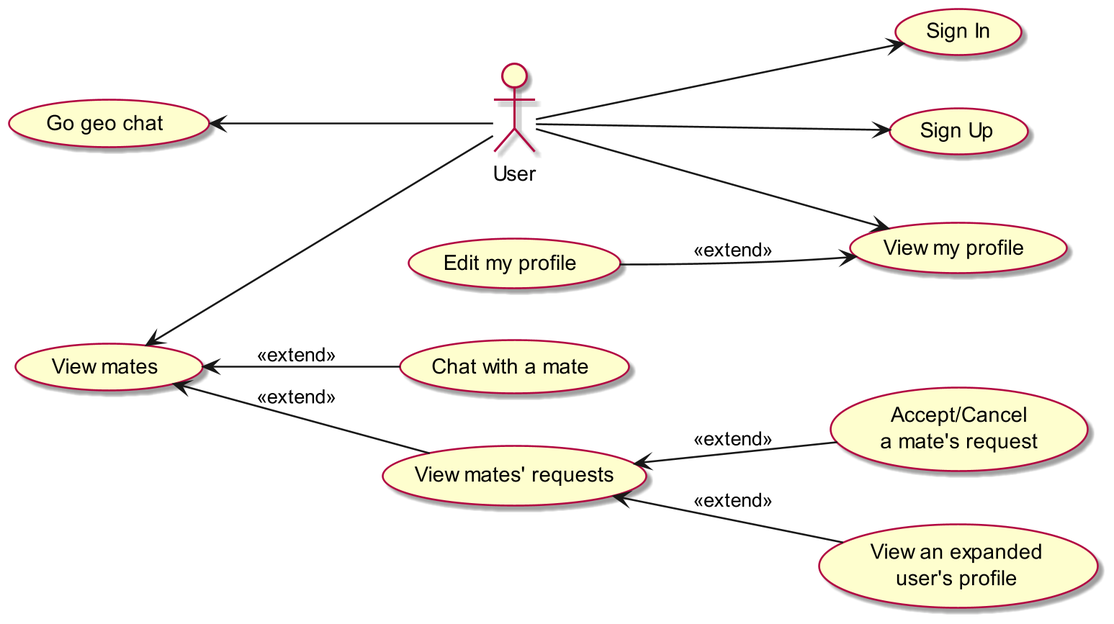
qubacy/geoqq keeps this PlantUML diagram as general/out_diagrams/puml_diagrams/usecase/uc_p1.png. Above is the earlier version. Source of this version:
```plantuml
@startuml uc_p1

skinparam ArrowThickness 1.25

skinparam ActorBorderThickness 1.5
skinparam ActorBackgroundColor #FEFECE
skinparam ActorBorderColor #B20842

skinparam UsecaseBorderColor #B20842
skinparam UsecaseBorderThickness 1.25
skinparam UsecaseBackgroundColor #FEFECE

skinparam Shadowing true
skinparam dpi 200


actor "User" as User

usecase "Sign In" as SignIn
usecase "Sign Up" as SignUp

usecase "View my profile" as ViewMyProfile
usecase "Edit my profile" as EditMyProfile

usecase "View mates" as ViewMates
usecase "Chat with a mate" as ChatWithMate
usecase "View mates' requests" as ViewMatesReqs
usecase "Accept/Cancel\na mate's request" as AccCanMateReq

usecase "View an expanded\nuser's profile" as ViewExpandedUserProfile

usecase "Go geo chat" as GoGeoChat


left to right direction

User --> SignIn
User --> SignUp

User --> ViewMyProfile
ViewMyProfile <-u- EditMyProfile : <<extend>>

User -u-> ViewMates
ViewMates <-- ChatWithMate : <<extend>>
ViewMates <-- ViewMatesReqs : <<extend>>
ViewMatesReqs <-- AccCanMateReq : <<extend>>
ViewMatesReqs <-- ViewExpandedUserProfile : <<extend>>

User -u-> GoGeoChat

@enduml
```
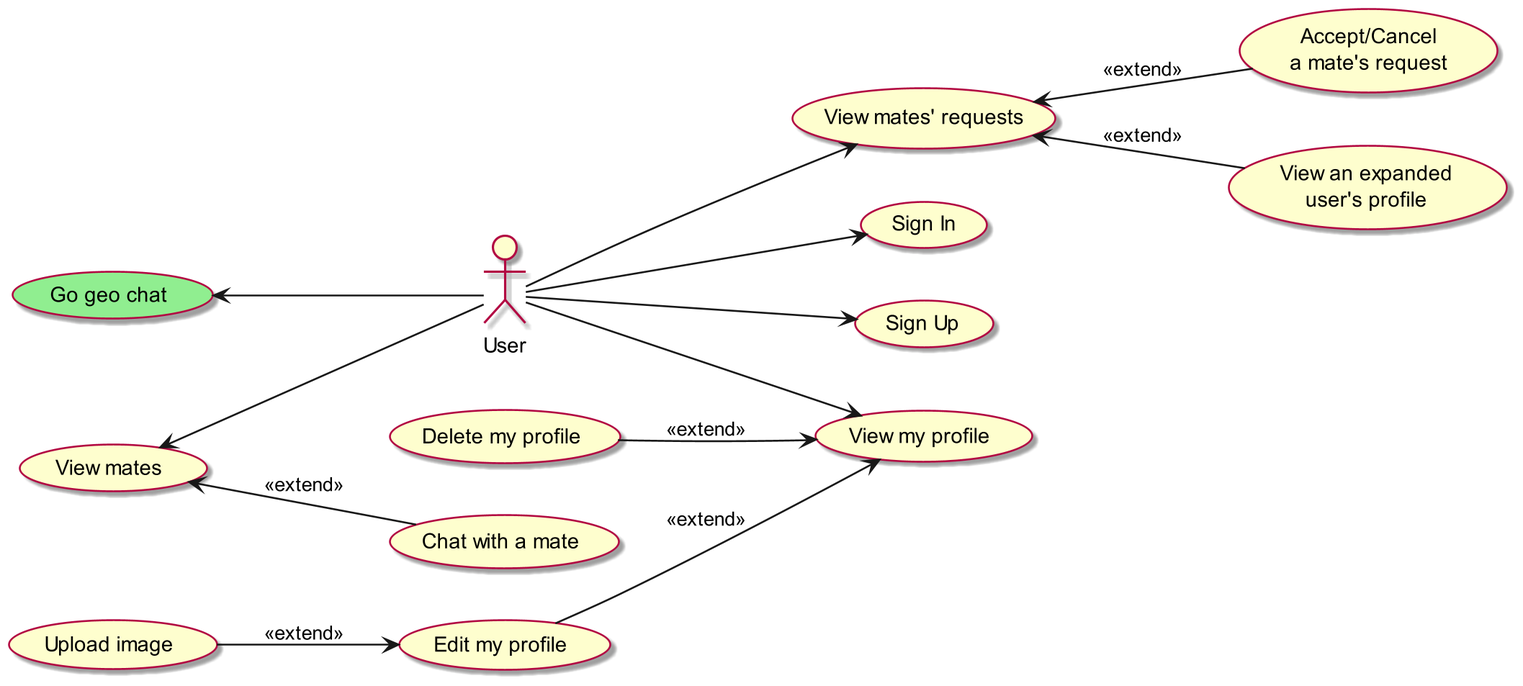
Above is the later version.

What changed in the source:
```diff
@@ -21,6 +21,8 @@
 
 usecase "View my profile" as ViewMyProfile
 usecase "Edit my profile" as EditMyProfile
+usecase "Upload image" as UploadImage
+usecase "Delete my profile" as DeleteMyProfile
 
 usecase "View mates" as ViewMates
 usecase "Chat with a mate" as ChatWithMate
@@ -29,7 +31,7 @@
 
 usecase "View an expanded\nuser's profile" as ViewExpandedUserProfile
 
-usecase "Go geo chat" as GoGeoChat
+usecase "Go geo chat" as GoGeoChat #LightGreen
 
 
 left to right direction
@@ -39,10 +41,13 @@
 
 User --> ViewMyProfile
 ViewMyProfile <-u- EditMyProfile : <<extend>>
+ViewMyProfile <-u- DeleteMyProfile : <<extend>>
+EditMyProfile <-u- UploadImage : <<extend>>
 
 User -u-> ViewMates
+User -d-> ViewMatesReqs
+
 ViewMates <-- ChatWithMate : <<extend>>
-ViewMates <-- ViewMatesReqs : <<extend>>
 ViewMatesReqs <-- AccCanMateReq : <<extend>>
 ViewMatesReqs <-- ViewExpandedUserProfile : <<extend>>
 
```
